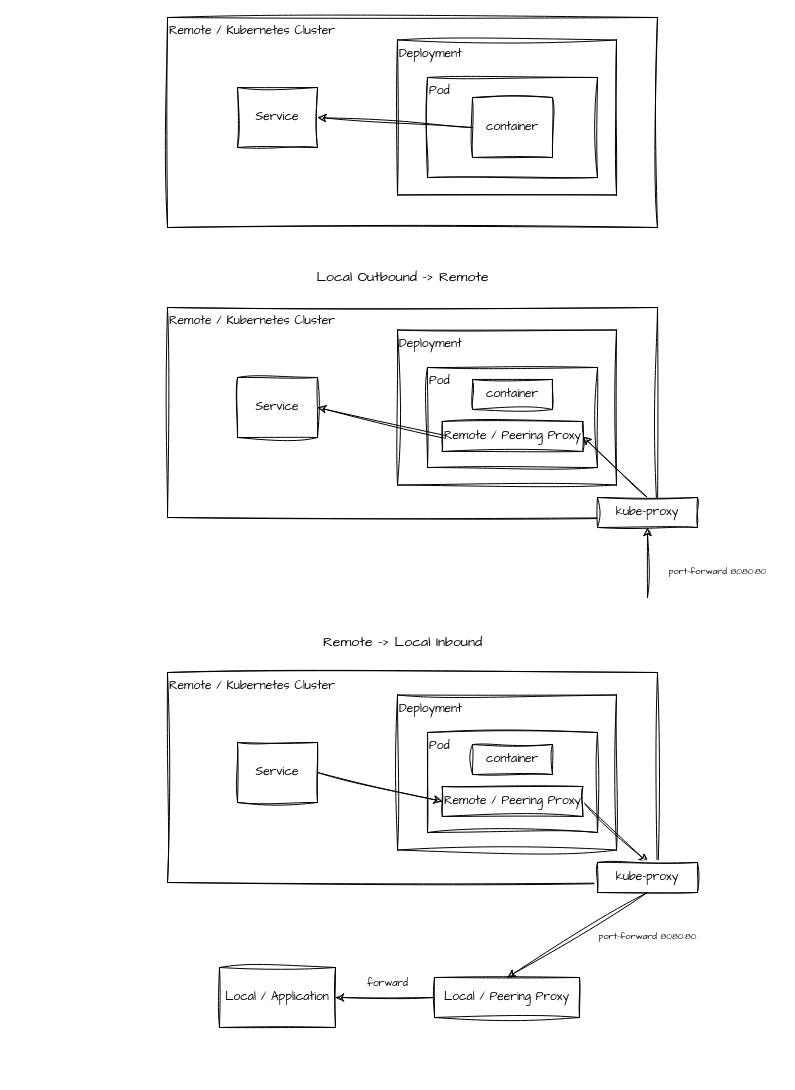
This is docs/v0.design.drawio from Anddd7/kube-peering, a draw.io file, before an edit. Source tidied: cells renumbered, new cells numbered last; positions are measured from the earlier drawing's top-left corner, leaving out a move shared by most shapes. Both pictures are drawn from the tidied source at 100%, with x=0, y=0 at pixel (167, 17).
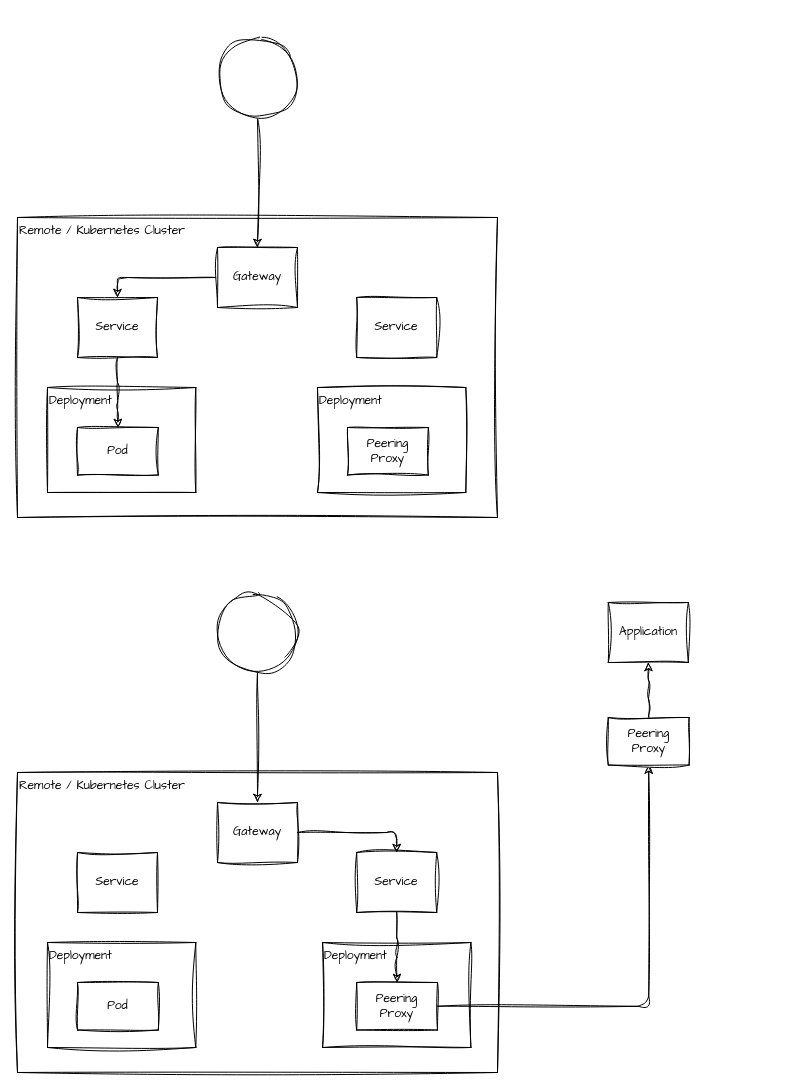
The same diagram, later.

Commit message (it also covers changes not shown here):
docs: a proxy behind gateway api

What changed in the source:
```diff
@@
     <mxCell id="2" value="Remote / Kubernetes Cluster" style="rounded=0;whiteSpace=wrap;html=1;align=left;sketch=1;curveFitting=1;jiggle=2;fontFamily=Comic Sans MS;verticalAlign=top;" parent="1" vertex="1">
-      <mxGeometry width="490" height="210" as="geometry" />
+      <mxGeometry x="-150" y="200" width="480" height="300" as="geometry" />
     </mxCell>
     <mxCell id="3" value="Service" style="rounded=0;whiteSpace=wrap;html=1;sketch=1;curveFitting=1;jiggle=2;fontFamily=Comic Sans MS;" parent="1" vertex="1">
-      <mxGeometry x="70" y="70" width="80" height="60" as="geometry" />
+      <mxGeometry x="-90" y="280" width="80" height="60" as="geometry" />
     </mxCell>
     <mxCell id="4" value="Deployment" style="rounded=0;whiteSpace=wrap;html=1;sketch=1;curveFitting=1;jiggle=2;fontFamily=Comic Sans MS;align=left;verticalAlign=top;" parent="1" vertex="1">
-      <mxGeometry x="230" y="22.5" width="219" height="155" as="geometry" />
+      <mxGeometry x="-120" y="370" width="148.3" height="105" as="geometry" />
     </mxCell>
-    <mxCell id="5" value="Pod" style="rounded=0;whiteSpace=wrap;html=1;sketch=1;curveFitting=1;jiggle=2;fontFamily=Comic Sans MS;align=left;verticalAlign=top;" parent="1" vertex="1">
-      <mxGeometry x="260" y="60" width="170" height="100" as="geometry" />
+    <mxCell id="5" value="Pod" style="rounded=0;whiteSpace=wrap;html=1;sketch=1;curveFitting=1;jiggle=2;fontFamily=Comic Sans MS;align=center;verticalAlign=middle;" parent="1" vertex="1">
+      <mxGeometry x="-90" y="410" width="80.8" height="47.5" as="geometry" />
     </mxCell>
-    <mxCell id="6" style="edgeStyle=none;sketch=1;hachureGap=4;jiggle=2;curveFitting=1;html=1;exitX=0;exitY=0.5;exitDx=0;exitDy=0;entryX=1;entryY=0.5;entryDx=0;entryDy=0;fontFamily=Comic Sans MS;fontSize=14;" parent="1" edge="1" source="7" target="3">
-      <mxGeometry relative="1" as="geometry" />
-    </mxCell>
-    <mxCell id="7" value="container" style="rounded=0;whiteSpace=wrap;html=1;sketch=1;curveFitting=1;jiggle=2;fontFamily=Comic Sans MS;" parent="1" vertex="1">
-      <mxGeometry x="305" y="80" width="80" height="60" as="geometry" />
-    </mxCell>
-    <mxCell id="8" value="Remote / Kubernetes Cluster" style="rounded=0;whiteSpace=wrap;html=1;align=left;sketch=1;curveFitting=1;jiggle=2;fontFamily=Comic Sans MS;verticalAlign=top;" parent="1" vertex="1">
-      <mxGeometry y="290" width="490" height="210" as="geometry" />
-    </mxCell>
-    <mxCell id="9" value="Service" style="rounded=0;whiteSpace=wrap;html=1;sketch=1;curveFitting=1;jiggle=2;fontFamily=Comic Sans MS;" parent="1" vertex="1">
-      <mxGeometry x="70" y="360" width="80" height="60" as="geometry" />
-    </mxCell>
-    <mxCell id="10" value="Deployment" style="rounded=0;whiteSpace=wrap;html=1;sketch=1;curveFitting=1;jiggle=2;fontFamily=Comic Sans MS;align=left;verticalAlign=top;" parent="1" vertex="1">
-      <mxGeometry x="230" y="312.5" width="219" height="155" as="geometry" />
-    </mxCell>
-    <mxCell id="11" value="Pod" style="rounded=0;whiteSpace=wrap;html=1;sketch=1;curveFitting=1;jiggle=2;fontFamily=Comic Sans MS;align=left;verticalAlign=top;" parent="1" vertex="1">
-      <mxGeometry x="260" y="350" width="170" height="100" as="geometry" />
-    </mxCell>
-    <mxCell id="12" value="container" style="rounded=0;whiteSpace=wrap;html=1;sketch=1;curveFitting=1;jiggle=2;fontFamily=Comic Sans MS;" parent="1" vertex="1">
-      <mxGeometry x="305" y="362" width="80" height="30" as="geometry" />
-    </mxCell>
-    <mxCell id="13" style="edgeStyle=none;sketch=1;hachureGap=4;jiggle=2;curveFitting=1;html=1;exitX=0.5;exitY=1;exitDx=0;exitDy=0;entryX=1;entryY=0.5;entryDx=0;entryDy=0;fontFamily=Comic Sans MS;fontSize=9;" parent="1" edge="1" source="14" target="9">
-      <mxGeometry relative="1" as="geometry" />
-    </mxCell>
-    <mxCell id="14" value="Remote / Peering Proxy" style="rounded=0;whiteSpace=wrap;html=1;sketch=1;curveFitting=1;jiggle=2;fontFamily=Comic Sans MS;" parent="1" vertex="1">
-      <mxGeometry x="274.8" y="404" width="140.5" height="30" as="geometry" />
-    </mxCell>
-    <mxCell id="15" style="edgeStyle=none;sketch=1;hachureGap=4;jiggle=2;curveFitting=1;html=1;entryX=1;entryY=0.5;entryDx=0;entryDy=0;fontFamily=Comic Sans MS;fontSize=16;exitX=0.5;exitY=0;exitDx=0;exitDy=0;" parent="1" edge="1" source="16" target="14">
-      <mxGeometry relative="1" as="geometry" />
-    </mxCell>
-    <mxCell id="16" value="kube-proxy" style="rounded=0;whiteSpace=wrap;html=1;sketch=1;curveFitting=1;jiggle=2;fontFamily=Comic Sans MS;" parent="1" vertex="1">
-      <mxGeometry x="430" y="480" width="100" height="30" as="geometry" />
-    </mxCell>
-    <mxCell id="17" style="edgeStyle=none;sketch=1;hachureGap=4;jiggle=2;curveFitting=1;html=1;entryX=0.5;entryY=1;entryDx=0;entryDy=0;fontFamily=Comic Sans MS;fontSize=16;" parent="1" edge="1" target="16">
-      <mxGeometry relative="1" as="geometry">
-        <mxPoint x="480" y="580" as="sourcePoint" />
-      </mxGeometry>
-    </mxCell>
-    <mxCell id="18" value="port-forward 8080:80" style="text;html=1;align=center;verticalAlign=middle;strokeColor=none;fillColor=none;fontSize=9;fontFamily=Comic Sans MS;sketch=1;hachureGap=4;jiggle=2;curveFitting=1;" parent="1" vertex="1">
-      <mxGeometry x="490" y="545" width="120" height="20" as="geometry" />
-    </mxCell>
-    <mxCell id="19" value="Local Outbound -&amp;gt; Remote" style="text;html=1;align=center;verticalAlign=middle;strokeColor=none;fillColor=none;fontSize=14;fontFamily=Comic Sans MS;sketch=1;hachureGap=4;jiggle=2;curveFitting=1;" parent="1" vertex="1">
-      <mxGeometry x="140" y="245" width="190" height="30" as="geometry" />
-    </mxCell>
-    <mxCell id="20" value="Remote / Kubernetes Cluster" style="rounded=0;whiteSpace=wrap;html=1;align=left;sketch=1;curveFitting=1;jiggle=2;fontFamily=Comic Sans MS;verticalAlign=top;" parent="1" vertex="1">
-      <mxGeometry y="655" width="490" height="210" as="geometry" />
-    </mxCell>
-    <mxCell id="21" value="Service" style="rounded=0;whiteSpace=wrap;html=1;sketch=1;curveFitting=1;jiggle=2;fontFamily=Comic Sans MS;" parent="1" vertex="1">
-      <mxGeometry x="70" y="725" width="80" height="60" as="geometry" />
-    </mxCell>
-    <mxCell id="22" value="Deployment" style="rounded=0;whiteSpace=wrap;html=1;sketch=1;curveFitting=1;jiggle=2;fontFamily=Comic Sans MS;align=left;verticalAlign=top;" parent="1" vertex="1">
-      <mxGeometry x="230" y="677.5" width="219" height="155" as="geometry" />
-    </mxCell>
-    <mxCell id="23" value="Pod" style="rounded=0;whiteSpace=wrap;html=1;sketch=1;curveFitting=1;jiggle=2;fontFamily=Comic Sans MS;align=left;verticalAlign=top;" parent="1" vertex="1">
-      <mxGeometry x="260" y="715" width="170" height="100" as="geometry" />
-    </mxCell>
-    <mxCell id="24" value="container" style="rounded=0;whiteSpace=wrap;html=1;sketch=1;curveFitting=1;jiggle=2;fontFamily=Comic Sans MS;" parent="1" vertex="1">
-      <mxGeometry x="305" y="727" width="80" height="30" as="geometry" />
-    </mxCell>
-    <mxCell id="25" style="edgeStyle=none;sketch=1;hachureGap=4;jiggle=2;curveFitting=1;html=1;exitX=1;exitY=0.5;exitDx=0;exitDy=0;entryX=0.5;entryY=0;entryDx=0;entryDy=0;fontFamily=Comic Sans MS;fontSize=14;" parent="1" edge="1" source="26" target="28">
-      <mxGeometry relative="1" as="geometry" />
-    </mxCell>
-    <mxCell id="26" value="Remote / Peering Proxy" style="rounded=0;whiteSpace=wrap;html=1;sketch=1;curveFitting=1;jiggle=2;fontFamily=Comic Sans MS;" parent="1" vertex="1">
-      <mxGeometry x="274.8" y="769" width="140.5" height="30" as="geometry" />
-    </mxCell>
-    <mxCell id="27" style="edgeStyle=none;sketch=1;hachureGap=4;jiggle=2;curveFitting=1;html=1;entryX=0.5;entryY=0;entryDx=0;entryDy=0;fontFamily=Comic Sans MS;fontSize=14;exitX=0.5;exitY=1;exitDx=0;exitDy=0;" parent="1" edge="1" source="28" target="32">
-      <mxGeometry relative="1" as="geometry" />
-    </mxCell>
-    <mxCell id="28" value="kube-proxy" style="rounded=0;whiteSpace=wrap;html=1;sketch=1;curveFitting=1;jiggle=2;fontFamily=Comic Sans MS;" parent="1" vertex="1">
-      <mxGeometry x="430" y="845" width="100" height="30" as="geometry" />
-    </mxCell>
-    <mxCell id="29" value="port-forward 8080:80" style="text;html=1;align=center;verticalAlign=middle;strokeColor=none;fillColor=none;fontSize=9;fontFamily=Comic Sans MS;sketch=1;hachureGap=4;jiggle=2;curveFitting=1;" parent="1" vertex="1">
-      <mxGeometry x="420" y="910" width="120" height="20" as="geometry" />
-    </mxCell>
-    <mxCell id="30" value="Remote -&amp;gt; Local Inbound" style="text;html=1;align=center;verticalAlign=middle;strokeColor=none;fillColor=none;fontSize=14;fontFamily=Comic Sans MS;sketch=1;hachureGap=4;jiggle=2;curveFitting=1;" parent="1" vertex="1">
-      <mxGeometry x="145" y="610" width="180" height="30" as="geometry" />
-    </mxCell>
-    <mxCell id="31" style="edgeStyle=none;sketch=1;hachureGap=4;jiggle=2;curveFitting=1;html=1;fontFamily=Comic Sans MS;fontSize=14;" parent="1" edge="1" source="32" target="34">
-      <mxGeometry relative="1" as="geometry" />
-    </mxCell>
-    <mxCell id="32" value="Local / Peering Proxy" style="rounded=0;whiteSpace=wrap;html=1;sketch=1;curveFitting=1;jiggle=2;fontFamily=Comic Sans MS;" parent="1" vertex="1">
-      <mxGeometry x="267" y="960" width="145" height="40" as="geometry" />
-    </mxCell>
-    <mxCell id="33" style="edgeStyle=none;sketch=1;hachureGap=4;jiggle=2;curveFitting=1;html=1;exitX=1;exitY=0.5;exitDx=0;exitDy=0;entryX=0;entryY=0.5;entryDx=0;entryDy=0;fontFamily=Comic Sans MS;fontSize=14;" parent="1" edge="1" source="21" target="26">
-      <mxGeometry relative="1" as="geometry" />
-    </mxCell>
-    <mxCell id="34" value="Local / Application" style="rounded=0;whiteSpace=wrap;html=1;sketch=1;curveFitting=1;jiggle=2;fontFamily=Comic Sans MS;" parent="1" vertex="1">
-      <mxGeometry x="52" y="950" width="116" height="60" as="geometry" />
-    </mxCell>
-    <mxCell id="35" value="forward" style="text;html=1;align=center;verticalAlign=middle;strokeColor=none;fillColor=none;fontSize=10;fontFamily=Comic Sans MS;sketch=1;hachureGap=4;jiggle=2;curveFitting=1;" parent="1" vertex="1">
-      <mxGeometry x="190" y="950" width="60" height="30" as="geometry" />
-    </mxCell>
+    <mxCell id="36" style="edgeStyle=orthogonalEdgeStyle;sketch=1;hachureGap=4;jiggle=2;curveFitting=1;html=1;entryX=0.5;entryY=0;entryDx=0;entryDy=0;fontFamily=Comic Sans MS;fontSize=10;" parent="1" edge="1" source="37" target="3">
+      <mxGeometry relative="1" as="geometry" />
+    </mxCell>
+    <mxCell id="37" value="Gateway" style="rounded=0;whiteSpace=wrap;html=1;sketch=1;curveFitting=1;jiggle=2;fontFamily=Comic Sans MS;" parent="1" vertex="1">
+      <mxGeometry x="50" y="230" width="80" height="60" as="geometry" />
+    </mxCell>
+    <mxCell id="38" value="Service" style="rounded=0;whiteSpace=wrap;html=1;sketch=1;curveFitting=1;jiggle=2;fontFamily=Comic Sans MS;" parent="1" vertex="1">
+      <mxGeometry x="189.2" y="280" width="80" height="60" as="geometry" />
+    </mxCell>
+    <mxCell id="39" value="Deployment" style="rounded=0;whiteSpace=wrap;html=1;sketch=1;curveFitting=1;jiggle=2;fontFamily=Comic Sans MS;align=left;verticalAlign=top;" parent="1" vertex="1">
+      <mxGeometry x="150" y="370" width="148.3" height="105" as="geometry" />
+    </mxCell>
+    <mxCell id="40" value="Peering&lt;br&gt;Proxy" style="rounded=0;whiteSpace=wrap;html=1;sketch=1;curveFitting=1;jiggle=2;fontFamily=Comic Sans MS;align=center;verticalAlign=middle;" parent="1" vertex="1">
+      <mxGeometry x="180" y="410" width="80.8" height="47.5" as="geometry" />
+    </mxCell>
+    <mxCell id="41" style="edgeStyle=orthogonalEdgeStyle;sketch=1;hachureGap=4;jiggle=2;curveFitting=1;html=1;entryX=0.5;entryY=0;entryDx=0;entryDy=0;fontFamily=Comic Sans MS;fontSize=10;" parent="1" edge="1" source="42" target="37">
+      <mxGeometry relative="1" as="geometry" />
+    </mxCell>
+    <mxCell id="42" style="ellipse;whiteSpace=wrap;html=1;sketch=1;hachureGap=4;jiggle=2;curveFitting=1;fontFamily=Comic Sans MS;fontSize=10;" parent="1" vertex="1">
+      <mxGeometry x="50" y="20" width="80" height="80" as="geometry" />
+    </mxCell>
+    <mxCell id="43" style="edgeStyle=orthogonalEdgeStyle;sketch=1;hachureGap=4;jiggle=2;curveFitting=1;html=1;fontFamily=Comic Sans MS;fontSize=10;" parent="1" edge="1" source="3" target="5">
+      <mxGeometry relative="1" as="geometry" />
+    </mxCell>
+    <mxCell id="44" value="Remote / Kubernetes Cluster" style="rounded=0;whiteSpace=wrap;html=1;align=left;sketch=1;curveFitting=1;jiggle=2;fontFamily=Comic Sans MS;verticalAlign=top;" parent="1" vertex="1">
+      <mxGeometry x="-150" y="755" width="480" height="300" as="geometry" />
+    </mxCell>
+    <mxCell id="45" value="Service" style="rounded=0;whiteSpace=wrap;html=1;sketch=1;curveFitting=1;jiggle=2;fontFamily=Comic Sans MS;" parent="1" vertex="1">
+      <mxGeometry x="-90" y="835" width="80" height="60" as="geometry" />
+    </mxCell>
+    <mxCell id="46" value="Deployment" style="rounded=0;whiteSpace=wrap;html=1;sketch=1;curveFitting=1;jiggle=2;fontFamily=Comic Sans MS;align=left;verticalAlign=top;" parent="1" vertex="1">
+      <mxGeometry x="-120" y="925" width="148.3" height="105" as="geometry" />
+    </mxCell>
+    <mxCell id="47" value="Pod" style="rounded=0;whiteSpace=wrap;html=1;sketch=1;curveFitting=1;jiggle=2;fontFamily=Comic Sans MS;align=center;verticalAlign=middle;" parent="1" vertex="1">
+      <mxGeometry x="-90" y="965" width="80.8" height="47.5" as="geometry" />
+    </mxCell>
+    <mxCell id="48" style="edgeStyle=orthogonalEdgeStyle;sketch=1;hachureGap=4;jiggle=2;curveFitting=1;html=1;entryX=0.5;entryY=0;entryDx=0;entryDy=0;fontFamily=Comic Sans MS;fontSize=10;" parent="1" edge="1" source="49" target="50">
+      <mxGeometry relative="1" as="geometry" />
+    </mxCell>
+    <mxCell id="49" value="Gateway" style="rounded=0;whiteSpace=wrap;html=1;sketch=1;curveFitting=1;jiggle=2;fontFamily=Comic Sans MS;" parent="1" vertex="1">
+      <mxGeometry x="50" y="785" width="80" height="60" as="geometry" />
+    </mxCell>
+    <mxCell id="50" value="Service" style="rounded=0;whiteSpace=wrap;html=1;sketch=1;curveFitting=1;jiggle=2;fontFamily=Comic Sans MS;" parent="1" vertex="1">
+      <mxGeometry x="189.2" y="835" width="80" height="60" as="geometry" />
+    </mxCell>
+    <mxCell id="51" value="Deployment" style="rounded=0;whiteSpace=wrap;html=1;sketch=1;curveFitting=1;jiggle=2;fontFamily=Comic Sans MS;align=left;verticalAlign=top;" parent="1" vertex="1">
+      <mxGeometry x="155.1" y="925" width="148.3" height="105" as="geometry" />
+    </mxCell>
+    <mxCell id="52" style="edgeStyle=orthogonalEdgeStyle;sketch=1;hachureGap=4;jiggle=2;curveFitting=1;html=1;exitX=1;exitY=0.5;exitDx=0;exitDy=0;fontFamily=Comic Sans MS;fontSize=10;entryX=0.5;entryY=1;entryDx=0;entryDy=0;" parent="1" edge="1" source="53" target="58">
+      <mxGeometry relative="1" as="geometry" />
+    </mxCell>
+    <mxCell id="53" value="Peering&lt;br&gt;Proxy" style="rounded=0;whiteSpace=wrap;html=1;sketch=1;curveFitting=1;jiggle=2;fontFamily=Comic Sans MS;align=center;verticalAlign=middle;" parent="1" vertex="1">
+      <mxGeometry x="189.2" y="965" width="80.8" height="47.5" as="geometry" />
+    </mxCell>
+    <mxCell id="54" style="edgeStyle=orthogonalEdgeStyle;sketch=1;hachureGap=4;jiggle=2;curveFitting=1;html=1;entryX=0.5;entryY=0;entryDx=0;entryDy=0;fontFamily=Comic Sans MS;fontSize=10;" parent="1" edge="1" source="55" target="49">
+      <mxGeometry relative="1" as="geometry" />
+    </mxCell>
+    <mxCell id="55" style="ellipse;whiteSpace=wrap;html=1;sketch=1;hachureGap=4;jiggle=2;curveFitting=1;fontFamily=Comic Sans MS;fontSize=10;" parent="1" vertex="1">
+      <mxGeometry x="50" y="575" width="80" height="80" as="geometry" />
+    </mxCell>
+    <mxCell id="56" style="edgeStyle=orthogonalEdgeStyle;sketch=1;hachureGap=4;jiggle=2;curveFitting=1;html=1;entryX=0.5;entryY=0;entryDx=0;entryDy=0;fontFamily=Comic Sans MS;fontSize=10;" parent="1" edge="1" source="50" target="53">
+      <mxGeometry relative="1" as="geometry" />
+    </mxCell>
+    <mxCell id="57" style="edgeStyle=orthogonalEdgeStyle;sketch=1;hachureGap=4;jiggle=2;curveFitting=1;html=1;fontFamily=Comic Sans MS;fontSize=10;" parent="1" edge="1" source="58" target="59">
+      <mxGeometry relative="1" as="geometry" />
+    </mxCell>
+    <mxCell id="58" value="Peering&lt;br&gt;Proxy" style="rounded=0;whiteSpace=wrap;html=1;sketch=1;curveFitting=1;jiggle=2;fontFamily=Comic Sans MS;align=center;verticalAlign=middle;" parent="1" vertex="1">
+      <mxGeometry x="440.8" y="700" width="80.8" height="47.5" as="geometry" />
+    </mxCell>
+    <mxCell id="59" value="Application" style="rounded=0;whiteSpace=wrap;html=1;sketch=1;curveFitting=1;jiggle=2;fontFamily=Comic Sans MS;" parent="1" vertex="1">
+      <mxGeometry x="440.8" y="585" width="80" height="60" as="geometry" />
+    </mxCell>
```
